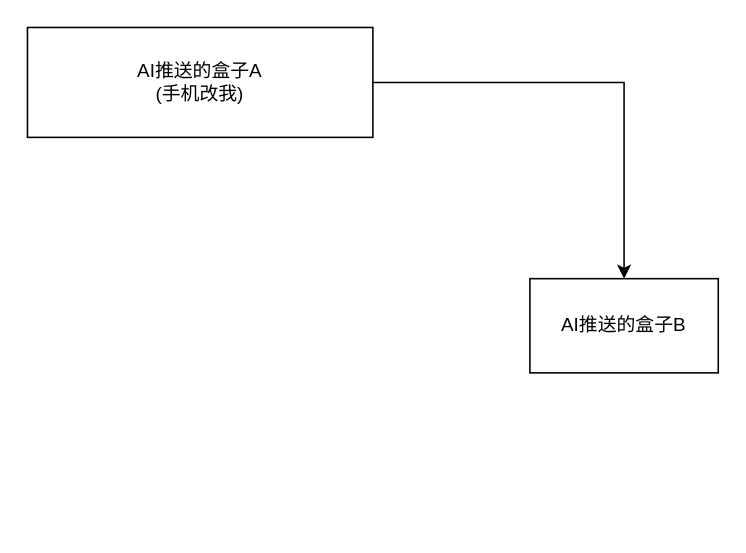
Before: flow-test.drawio in IQD1/IQD1-PUB, a draw.io diagram. Source tidied: cells renumbered, new cells numbered last; positions are measured from the earlier drawing's top-left corner, leaving out a move shared by most shapes. Both pictures are drawn from the tidied source at 157%, with x=0, y=0 at pixel (27, 27).
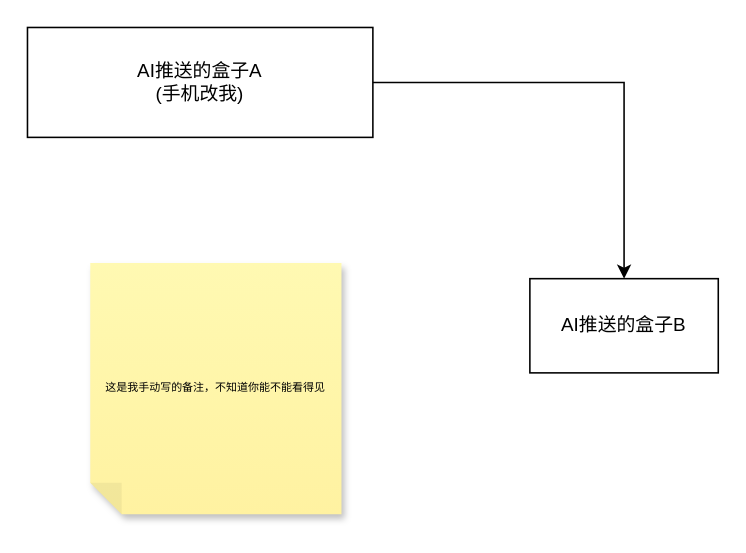
After the change.

Change to the diagram source:
```diff
@@
 <mxGraphModel>
   <root>
     <mxCell id="0" />
     <mxCell id="1" parent="0" />
     <mxCell id="2" value="AI推送的盒子A&#10;(手机改我)" style="rounded=0;whiteSpace=wrap;html=1;" parent="1" vertex="1">
       <mxGeometry width="220" height="70" as="geometry" />
     </mxCell>
     <mxCell id="3" value="AI推送的盒子B" style="rounded=0;whiteSpace=wrap;html=1;" parent="1" vertex="1">
       <mxGeometry x="320" y="160" width="120" height="60" as="geometry" />
     </mxCell>
     <mxCell id="4" style="edgeStyle=orthogonalEdgeStyle;rounded=0;jettySize=auto;html=1;" parent="1" edge="1" source="2" target="3">
       <mxGeometry relative="1" as="geometry" />
     </mxCell>
+    <mxCell id="5" value="这是我手动写的备注，不知道你能不能看得见" style="shape=note;whiteSpace=wrap;html=1;backgroundOutline=1;fontColor=#000000;darkOpacity=0.05;fillColor=#FFF9B2;strokeColor=none;fillStyle=solid;direction=west;gradientDirection=north;gradientColor=#FFF2A1;shadow=1;size=20;autosizeText=1;fontSize=7;" parent="1" vertex="1">
+      <mxGeometry x="40" y="150" width="160" height="160" as="geometry" />
+    </mxCell>
   </root>
 </mxGraphModel>
```
